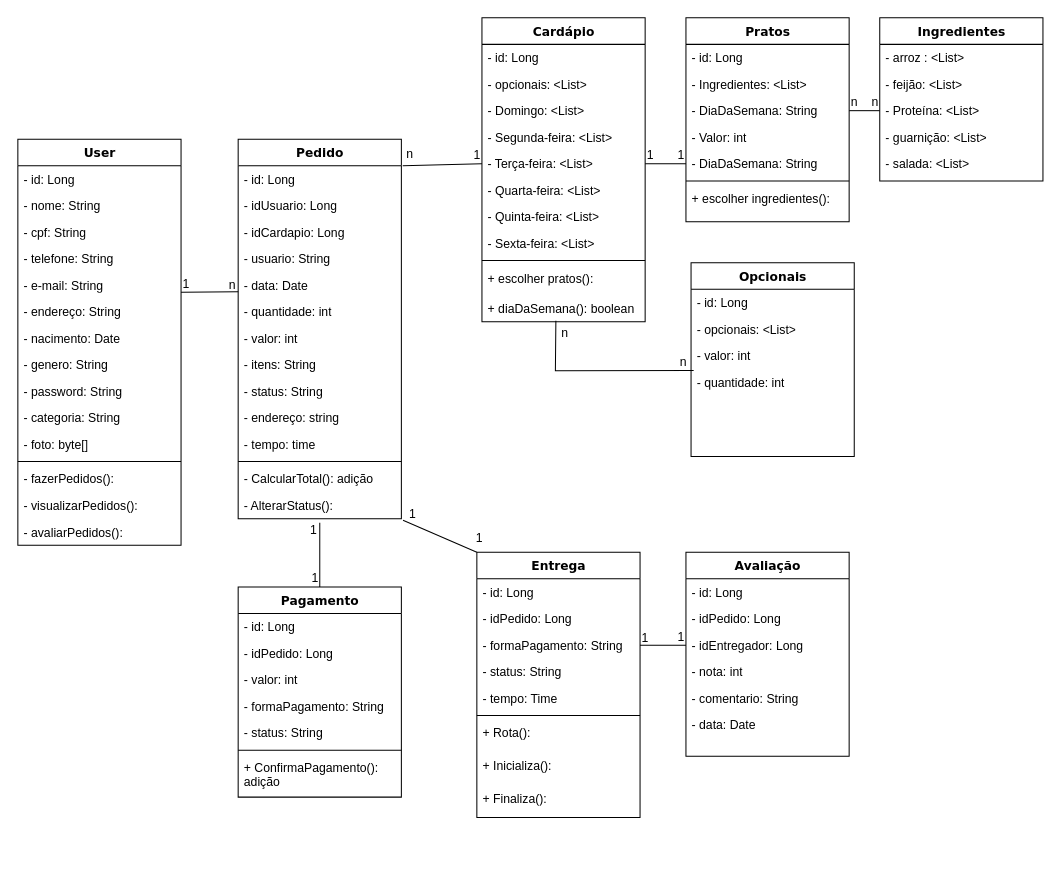
The draw.io diagram Diagrama sem nome.drawio in lKauanF/SpringBoot_RangoExpress, before the edit. Source tidied: cells renumbered, new cells numbered last; positions are measured from the earlier drawing's top-left corner, leaving out a move shared by most shapes. Both pictures are drawn from the tidied source at 102%, with x=0, y=0 at pixel (17, 17).
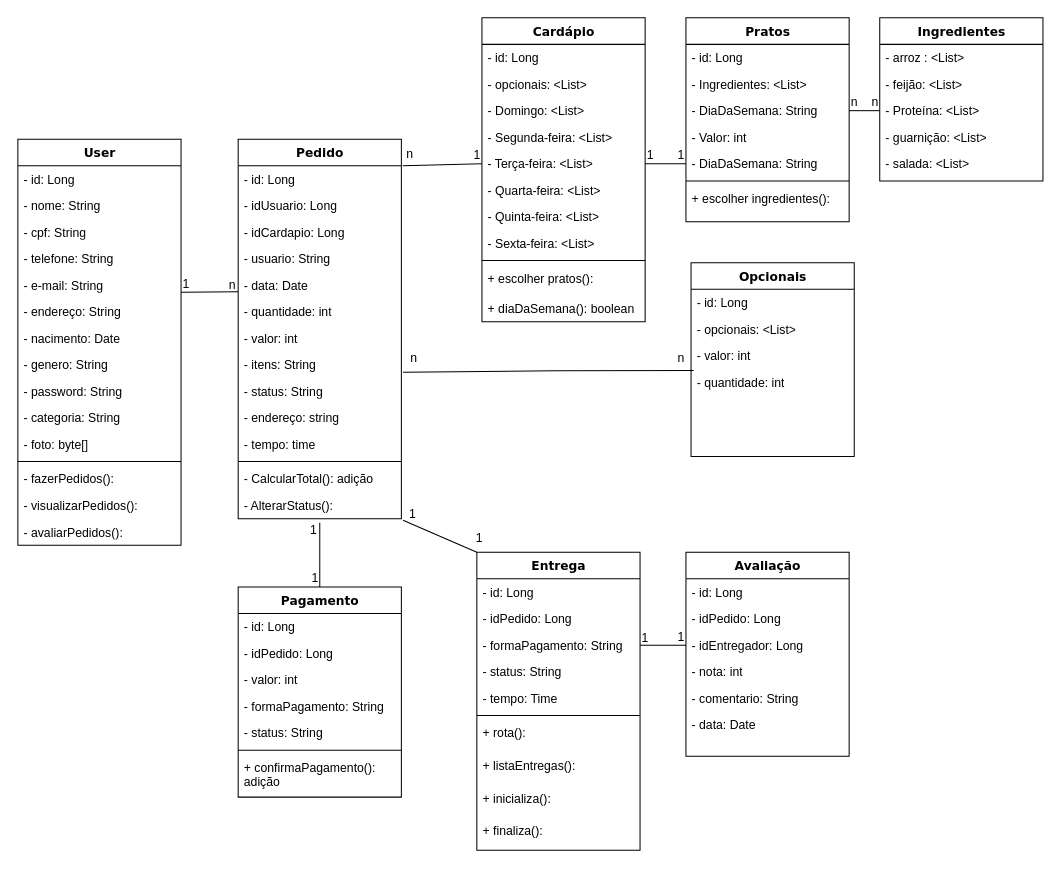
Above is the later version.

The change refers to these unchanged cells:
```xml
<mxCell id="29" value="+ diaDaSemana(): boolean" style="text;html=1;strokeColor=none;fillColor=none;align=left;verticalAlign=top;spacingLeft=4;spacingRight=4;whiteSpace=wrap;overflow=hidden;points=[[0,0.5],[1,0.5]];portConstraint=eastwest;" parent="18" vertex="1">
  <mxGeometry y="272" width="160" height="26" as="geometry" />
</mxCell>
<mxCell id="45" value="- itens: String" style="text;html=1;strokeColor=none;fillColor=none;align=left;verticalAlign=top;spacingLeft=4;spacingRight=4;whiteSpace=wrap;overflow=hidden;points=[[0,0.5],[1,0.5]];portConstraint=eastwest;" parent="37" vertex="1">
  <mxGeometry y="208" width="160" height="26" as="geometry" />
</mxCell>
<mxCell id="52" value="Pagamento" style="swimlane;html=1;fontStyle=1;align=center;verticalAlign=top;horizontal=1;startSize=26;swimlaneFillColor=#ffffff;rounded=0;shadow=0;comic=0;labelBackgroundColor=none;strokeWidth=1;fillColor=none;fontFamily=Verdana;fontSize=12;" parent="1" vertex="1">
  <mxGeometry x="216" y="558" width="160" height="206" as="geometry" />
</mxCell>
<mxCell id="108" value="- valor: int" style="text;html=1;strokeColor=none;fillColor=none;align=left;verticalAlign=top;spacingLeft=4;spacingRight=4;whiteSpace=wrap;overflow=hidden;points=[[0,0.5],[1,0.5]];portConstraint=eastwest;" parent="105" vertex="1">
  <mxGeometry y="78" width="160" height="26" as="geometry" />
</mxCell>
```

The edit, as a diff of the source:
```diff
@@
-    <mxCell id="59" value="+ ConfirmaPagamento(): adição" style="text;html=1;strokeColor=none;fillColor=none;align=left;verticalAlign=top;spacingLeft=4;spacingRight=4;whiteSpace=wrap;overflow=hidden;" parent="52" vertex="1">
+    <mxCell id="59" value="+ confirmaPagamento(): adição" style="text;html=1;strokeColor=none;fillColor=none;align=left;verticalAlign=top;spacingLeft=4;spacingRight=4;whiteSpace=wrap;overflow=hidden;" parent="52" vertex="1">
       <mxGeometry y="164" width="160" height="42" as="geometry" />
     </mxCell>
     <mxCell id="60" value="Entrega" style="swimlane;html=1;fontStyle=1;align=center;verticalAlign=top;horizontal=1;startSize=26;swimlaneFillColor=#ffffff;rounded=0;shadow=0;comic=0;labelBackgroundColor=none;strokeWidth=1;fillColor=none;fontFamily=Verdana;fontSize=12;" parent="1" vertex="1">
-      <mxGeometry x="450" y="524" width="160" height="260" as="geometry" />
+      <mxGeometry x="450" y="524" width="160" height="292" as="geometry" />
     </mxCell>
@@
-    <mxCell id="67" value="+ Rota():&amp;nbsp;" style="text;html=1;strokeColor=none;fillColor=none;align=left;verticalAlign=top;spacingLeft=4;spacingRight=4;whiteSpace=wrap;overflow=hidden;" parent="60" vertex="1">
+    <mxCell id="67" value="+ rota():&amp;nbsp;" style="text;html=1;strokeColor=none;fillColor=none;align=left;verticalAlign=top;spacingLeft=4;spacingRight=4;whiteSpace=wrap;overflow=hidden;" parent="60" vertex="1">
       <mxGeometry y="164" width="160" height="32" as="geometry" />
     </mxCell>
+    <mxCell id="113" value="+ listaEntregas():&amp;nbsp;" style="text;html=1;strokeColor=none;fillColor=none;align=left;verticalAlign=top;spacingLeft=4;spacingRight=4;whiteSpace=wrap;overflow=hidden;" parent="60" vertex="1">
+      <mxGeometry y="196" width="160" height="32" as="geometry" />
+    </mxCell>
-    <mxCell id="68" value="+ Inicializa():&amp;nbsp;" style="text;html=1;strokeColor=none;fillColor=none;align=left;verticalAlign=top;spacingLeft=4;spacingRight=4;whiteSpace=wrap;overflow=hidden;" parent="60" vertex="1">
-      <mxGeometry y="196" width="160" height="32" as="geometry" />
+    <mxCell id="68" value="+ inicializa():&amp;nbsp;" style="text;html=1;strokeColor=none;fillColor=none;align=left;verticalAlign=top;spacingLeft=4;spacingRight=4;whiteSpace=wrap;overflow=hidden;" parent="60" vertex="1">
+      <mxGeometry y="228" width="160" height="32" as="geometry" />
     </mxCell>
-    <mxCell id="69" value="+ Finaliza():&amp;nbsp;" style="text;html=1;strokeColor=none;fillColor=none;align=left;verticalAlign=top;spacingLeft=4;spacingRight=4;whiteSpace=wrap;overflow=hidden;" parent="60" vertex="1">
-      <mxGeometry y="228" width="160" height="32" as="geometry" />
+    <mxCell id="69" value="+ finaliza():&amp;nbsp;" style="text;html=1;strokeColor=none;fillColor=none;align=left;verticalAlign=top;spacingLeft=4;spacingRight=4;whiteSpace=wrap;overflow=hidden;" parent="60" vertex="1">
+      <mxGeometry y="260" width="160" height="32" as="geometry" />
     </mxCell>
@@
-    <mxCell id="110" style="endArrow=none;html=1;rounded=0;entryX=0.016;entryY=1.067;entryDx=0;entryDy=0;entryPerimeter=0;exitX=0.453;exitY=0.962;exitDx=0;exitDy=0;exitPerimeter=0;" parent="1" edge="1" source="29" target="108">
+    <mxCell id="110" style="endArrow=none;html=1;rounded=0;entryX=0.016;entryY=1.067;entryDx=0;entryDy=0;entryPerimeter=0;exitX=1.01;exitY=0.784;exitDx=0;exitDy=0;exitPerimeter=0;" parent="1" edge="1" source="45" target="108">
       <mxGeometry relative="1" as="geometry">
         <Array as="points">
           <mxPoint x="527" y="346" />
         </Array>
       </mxGeometry>
     </mxCell>
     <mxCell id="111" value="n" style="html=1;whiteSpace=wrap;align=right;verticalAlign=bottom;" parent="110" vertex="1">
       <mxGeometry x="1" relative="1" as="geometry">
-        <mxPoint x="-6" as="offset" />
+        <mxPoint x="-8" y="-4" as="offset" />
       </mxGeometry>
     </mxCell>
     <mxCell id="112" value="n" style="html=1;whiteSpace=wrap;align=right;verticalAlign=bottom;" parent="1" vertex="1">
-      <mxGeometry x="536.9" y="314.7" as="geometry">
+      <mxGeometry x="389" y="340" as="geometry">
         <mxPoint x="4" y="2" as="offset" />
       </mxGeometry>
     </mxCell>
```
